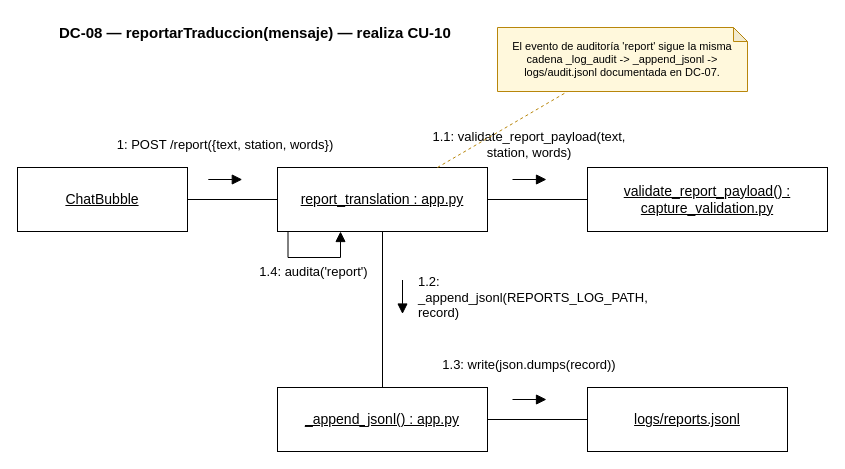
Above: docs/diagramas/colaboracion/08_colaboracion_dc08.drawio in santinohamada/Nexora (draw.io), before the change. Source tidied: cells renumbered, new cells numbered last; positions are measured from the earlier drawing's top-left corner, leaving out a move shared by most shapes. Both pictures are drawn from the tidied source at 100%, with x=0, y=0 at pixel (17, 17).
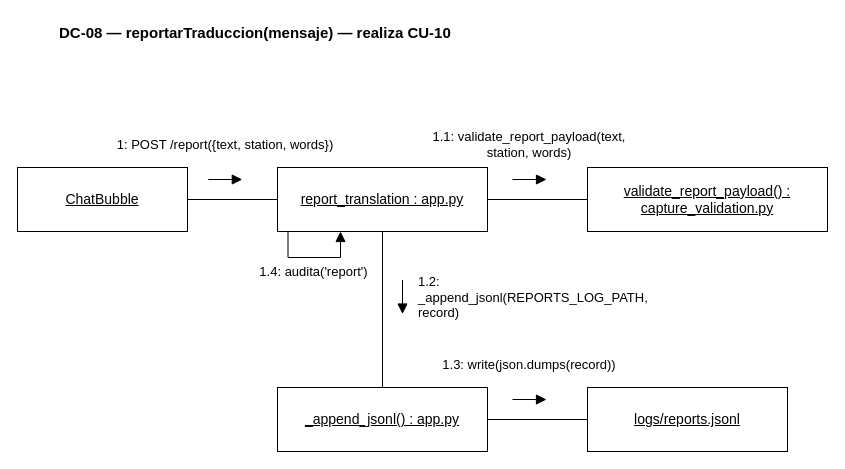
The same diagram, later.

Diff of the diagram source:
```diff
@@
-    <mxCell id="22" value="El evento de auditoría 'report' sigue la misma cadena _log_audit -&gt; _append_jsonl -&gt; logs/audit.jsonl documentada en DC-07." style="shape=note;whiteSpace=wrap;html=1;backgroundOutline=1;darkOpacity=0.05;align=center;verticalAlign=middle;fontFamily=Helvetica;fontSize=11;fillColor=#FFF8DC;strokeColor=#B8860B;size=14;" parent="1" vertex="1">
-      <mxGeometry x="480" y="10" width="250" height="64" as="geometry" />
-    </mxCell>
-    <mxCell id="23" style="endArrow=none;startArrow=none;dashed=1;html=1;strokeColor=#B8860B;" parent="1" edge="1">
-      <mxGeometry relative="1" as="geometry">
-        <mxPoint x="419.9" y="150" as="sourcePoint" />
-        <mxPoint x="550.1" y="74" as="targetPoint" />
-      </mxGeometry>
-    </mxCell>
```
